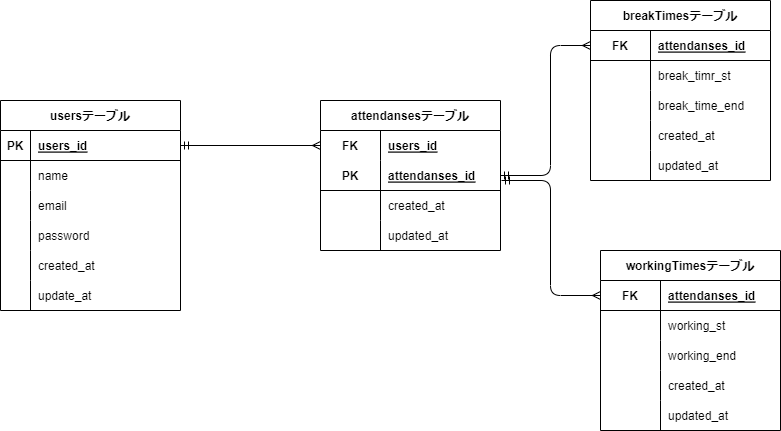
The draw.io diagram ER.drawio.png in kuni9997/Attend-sys-test, before a commit. Source tidied: cells renumbered, new cells last; positions are measured from the earlier drawing's top-left corner, leaving out a move shared by most shapes.
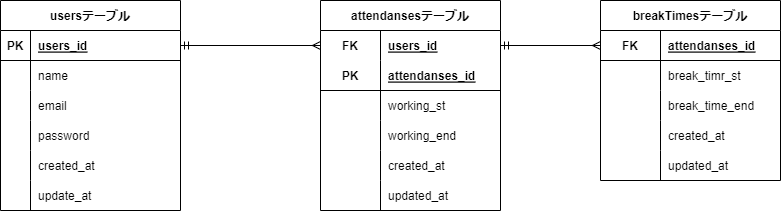
Above is the later version.

Change to the diagram source:
```diff
@@ -3,7 +3,7 @@
     <mxCell id="0" />
     <mxCell id="1" parent="0" />
     <mxCell id="2" value="attendansesテーブル" style="shape=table;startSize=30;rowLines=0;fontStyle=1;align=center;" parent="1" vertex="1">
-      <mxGeometry x="320" y="100" width="180" height="150" as="geometry" />
+      <mxGeometry x="320" y="100" width="180" height="210" as="geometry" />
     </mxCell>
     <mxCell id="3" style="shape=tableRow;horizontal=0;startSize=0;swimlaneHead=0;swimlaneBody=0;fillColor=none;points=[[0,0.5],[1,0.5]];portConstraint=eastwest;top=0;left=0;right=0;bottom=0;" parent="2" vertex="1">
       <mxGeometry y="30" width="180" height="30" as="geometry" />
@@ -23,8 +23,26 @@
     <mxCell id="8" value="attendanses_id" style="shape=partialRectangle;fillColor=none;top=0;left=0;bottom=0;right=0;align=left;spacingLeft=6;fontStyle=5;overflow=hidden;" parent="6" vertex="1">
       <mxGeometry x="60" width="120" height="30" as="geometry" />
     </mxCell>
+    <mxCell id="55" style="shape=tableRow;horizontal=0;startSize=0;swimlaneHead=0;swimlaneBody=0;fillColor=none;top=0;left=0;right=0;bottom=0;" parent="2" vertex="1">
+      <mxGeometry y="90" width="180" height="30" as="geometry" />
+    </mxCell>
+    <mxCell id="56" style="shape=partialRectangle;fillColor=none;top=0;left=0;bottom=0;right=0;overflow=hidden;" parent="55" vertex="1">
+      <mxGeometry width="60" height="30" as="geometry" />
+    </mxCell>
+    <mxCell id="57" value="working_st" style="shape=partialRectangle;fillColor=none;top=0;left=0;bottom=0;right=0;align=left;spacingLeft=6;overflow=hidden;" parent="55" vertex="1">
+      <mxGeometry x="60" width="120" height="30" as="geometry" />
+    </mxCell>
+    <mxCell id="58" style="shape=tableRow;horizontal=0;startSize=0;swimlaneHead=0;swimlaneBody=0;fillColor=none;top=0;left=0;right=0;bottom=0;" parent="2" vertex="1">
+      <mxGeometry y="120" width="180" height="30" as="geometry" />
+    </mxCell>
+    <mxCell id="59" style="shape=partialRectangle;fillColor=none;top=0;left=0;bottom=0;right=0;overflow=hidden;" parent="58" vertex="1">
+      <mxGeometry width="60" height="30" as="geometry" />
+    </mxCell>
+    <mxCell id="60" value="working_end" style="shape=partialRectangle;fillColor=none;top=0;left=0;bottom=0;right=0;align=left;spacingLeft=6;overflow=hidden;" parent="58" vertex="1">
+      <mxGeometry x="60" width="120" height="30" as="geometry" />
+    </mxCell>
     <mxCell id="9" style="shape=tableRow;horizontal=0;startSize=0;swimlaneHead=0;swimlaneBody=0;fillColor=none;top=0;left=0;right=0;bottom=0;" parent="2" vertex="1">
-      <mxGeometry y="90" width="180" height="30" as="geometry" />
+      <mxGeometry y="150" width="180" height="30" as="geometry" />
     </mxCell>
     <mxCell id="10" style="shape=partialRectangle;fillColor=none;top=0;left=0;bottom=0;right=0;overflow=hidden;" parent="9" vertex="1">
       <mxGeometry width="60" height="30" as="geometry" />
@@ -33,7 +51,7 @@
       <mxGeometry x="60" width="120" height="30" as="geometry" />
     </mxCell>
     <mxCell id="12" style="shape=tableRow;horizontal=0;startSize=0;swimlaneHead=0;swimlaneBody=0;fillColor=none;top=0;left=0;right=0;bottom=0;" parent="2" vertex="1">
-      <mxGeometry y="120" width="180" height="30" as="geometry" />
+      <mxGeometry y="180" width="180" height="30" as="geometry" />
     </mxCell>
     <mxCell id="13" style="shape=partialRectangle;fillColor=none;top=0;left=0;bottom=0;right=0;overflow=hidden;" parent="12" vertex="1">
       <mxGeometry width="60" height="30" as="geometry" />
@@ -102,7 +120,7 @@
       <mxGeometry relative="1" as="geometry" />
     </mxCell>
     <mxCell id="35" value="breakTimesテーブル" style="shape=table;startSize=30;rowLines=0;fontStyle=1;align=center;" parent="1" vertex="1">
-      <mxGeometry x="590" width="180" height="180" as="geometry" />
+      <mxGeometry x="600" y="100" width="180" height="180" as="geometry" />
     </mxCell>
     <mxCell id="36" style="shape=tableRow;horizontal=0;startSize=0;swimlaneHead=0;swimlaneBody=0;fillColor=none;points=[[0,0.5],[1,0.5]];portConstraint=eastwest;top=0;left=0;right=0;bottom=1;" parent="35" vertex="1">
       <mxGeometry y="30" width="180" height="30" as="geometry" />
@@ -149,70 +167,8 @@
     <mxCell id="50" value="updated_at" style="shape=partialRectangle;fillColor=none;top=0;left=0;bottom=0;right=0;align=left;spacingLeft=6;overflow=hidden;" parent="48" vertex="1">
       <mxGeometry x="60" width="120" height="30" as="geometry" />
     </mxCell>
-    <mxCell id="51" value="workingTimesテーブル" style="shape=table;startSize=30;rowLines=0;fontStyle=1;align=center;" parent="1" vertex="1">
-      <mxGeometry x="600" y="250" width="180" height="180" as="geometry" />
-    </mxCell>
-    <mxCell id="52" style="shape=tableRow;horizontal=0;startSize=0;swimlaneHead=0;swimlaneBody=0;fillColor=none;points=[[0,0.5],[1,0.5]];portConstraint=eastwest;top=0;left=0;right=0;bottom=1;" parent="51" vertex="1">
-      <mxGeometry y="30" width="180" height="30" as="geometry" />
-    </mxCell>
-    <mxCell id="53" value="FK" style="shape=partialRectangle;fillColor=none;top=0;left=0;bottom=0;right=0;fontStyle=1;overflow=hidden;" parent="52" vertex="1">
-      <mxGeometry width="60" height="30" as="geometry" />
-    </mxCell>
-    <mxCell id="54" value="attendanses_id" style="shape=partialRectangle;fillColor=none;top=0;left=0;bottom=0;right=0;align=left;spacingLeft=6;fontStyle=5;overflow=hidden;" parent="52" vertex="1">
-      <mxGeometry x="60" width="120" height="30" as="geometry" />
-    </mxCell>
-    <mxCell id="55" style="shape=tableRow;horizontal=0;startSize=0;swimlaneHead=0;swimlaneBody=0;fillColor=none;top=0;left=0;right=0;bottom=0;" parent="51" vertex="1">
-      <mxGeometry y="60" width="180" height="30" as="geometry" />
-    </mxCell>
-    <mxCell id="56" style="shape=partialRectangle;fillColor=none;top=0;left=0;bottom=0;right=0;overflow=hidden;" parent="55" vertex="1">
-      <mxGeometry width="60" height="30" as="geometry" />
-    </mxCell>
-    <mxCell id="57" value="working_st" style="shape=partialRectangle;fillColor=none;top=0;left=0;bottom=0;right=0;align=left;spacingLeft=6;overflow=hidden;" parent="55" vertex="1">
-      <mxGeometry x="60" width="120" height="30" as="geometry" />
-    </mxCell>
-    <mxCell id="58" style="shape=tableRow;horizontal=0;startSize=0;swimlaneHead=0;swimlaneBody=0;fillColor=none;top=0;left=0;right=0;bottom=0;" parent="51" vertex="1">
-      <mxGeometry y="90" width="180" height="30" as="geometry" />
-    </mxCell>
-    <mxCell id="59" style="shape=partialRectangle;fillColor=none;top=0;left=0;bottom=0;right=0;overflow=hidden;" parent="58" vertex="1">
-      <mxGeometry width="60" height="30" as="geometry" />
-    </mxCell>
-    <mxCell id="60" value="working_end" style="shape=partialRectangle;fillColor=none;top=0;left=0;bottom=0;right=0;align=left;spacingLeft=6;overflow=hidden;" parent="58" vertex="1">
-      <mxGeometry x="60" width="120" height="30" as="geometry" />
-    </mxCell>
-    <mxCell id="61" style="shape=tableRow;horizontal=0;startSize=0;swimlaneHead=0;swimlaneBody=0;fillColor=none;top=0;left=0;right=0;bottom=0;" parent="51" vertex="1">
-      <mxGeometry y="120" width="180" height="30" as="geometry" />
-    </mxCell>
-    <mxCell id="62" style="shape=partialRectangle;fillColor=none;top=0;left=0;bottom=0;right=0;overflow=hidden;" parent="61" vertex="1">
-      <mxGeometry width="60" height="30" as="geometry" />
-    </mxCell>
-    <mxCell id="63" value="created_at" style="shape=partialRectangle;fillColor=none;top=0;left=0;bottom=0;right=0;align=left;spacingLeft=6;overflow=hidden;" parent="61" vertex="1">
-      <mxGeometry x="60" width="120" height="30" as="geometry" />
-    </mxCell>
-    <mxCell id="64" style="shape=tableRow;horizontal=0;startSize=0;swimlaneHead=0;swimlaneBody=0;fillColor=none;top=0;left=0;right=0;bottom=0;" parent="51" vertex="1">
-      <mxGeometry y="150" width="180" height="30" as="geometry" />
-    </mxCell>
-    <mxCell id="65" style="shape=partialRectangle;fillColor=none;top=0;left=0;bottom=0;right=0;overflow=hidden;" parent="64" vertex="1">
-      <mxGeometry width="60" height="30" as="geometry" />
-    </mxCell>
-    <mxCell id="66" value="updated_at" style="shape=partialRectangle;fillColor=none;top=0;left=0;bottom=0;right=0;align=left;spacingLeft=6;overflow=hidden;" parent="64" vertex="1">
-      <mxGeometry x="60" width="120" height="30" as="geometry" />
-    </mxCell>
-    <mxCell id="67" style="edgeStyle=orthogonalEdgeStyle;html=1;exitX=0;exitY=0.5;exitDx=0;exitDy=0;endArrow=ERmandOne;endFill=0;startArrow=ERmany;startFill=0;" parent="1" edge="1" source="36" target="6">
-      <mxGeometry relative="1" as="geometry">
-        <Array as="points">
-          <mxPoint x="550" y="45" />
-          <mxPoint x="550" y="175" />
-        </Array>
-      </mxGeometry>
-    </mxCell>
-    <mxCell id="68" style="edgeStyle=orthogonalEdgeStyle;html=1;exitX=0;exitY=0.5;exitDx=0;exitDy=0;startArrow=ERmany;startFill=0;endArrow=ERmandOne;endFill=0;" parent="1" edge="1" source="52">
-      <mxGeometry relative="1" as="geometry">
-        <mxPoint x="501" y="180" as="targetPoint" />
-        <Array as="points">
-          <mxPoint x="550" y="295" />
-          <mxPoint x="550" y="180" />
-        </Array>
-      </mxGeometry>
-    </mxCell>
+    <mxCell id="69" style="edgeStyle=none;html=1;exitX=1;exitY=0.5;exitDx=0;exitDy=0;entryX=0;entryY=0.5;entryDx=0;entryDy=0;startArrow=ERmandOne;startFill=0;endArrow=ERmany;endFill=0;" parent="1" edge="1" source="3" target="36">
+      <mxGeometry relative="1" as="geometry" />
+    </mxCell>
   </root>
 </mxGraphModel>
```
